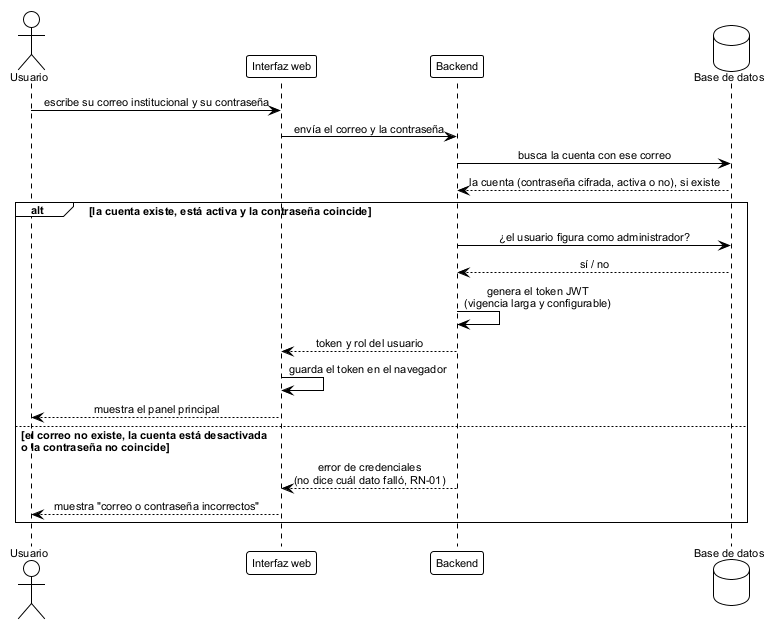
The PlantUML diagram figures/mermaid/seq_login.png in ErickJester/fst-ai-system-latex, before a commit.
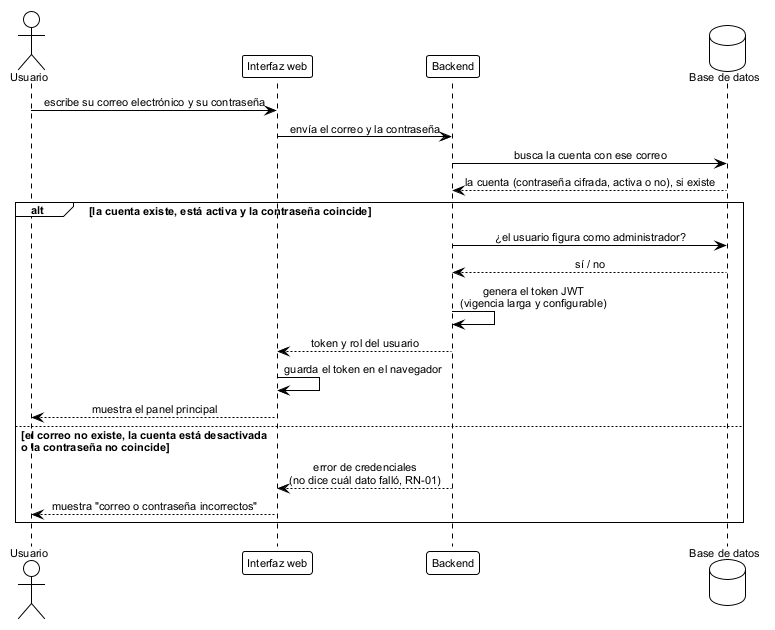
The same diagram one commit later.

Diff of the diagram source:
```diff
@@ -11,7 +11,7 @@
 participant Backend as api
 database "Base de datos" as db
 
-u -> ui: escribe su correo institucional y su contraseña
+u -> ui: escribe su correo electrónico y su contraseña
 ui -> api: envía el correo y la contraseña
 api -> db: busca la cuenta con ese correo
 db --> api: la cuenta (contraseña cifrada, activa o no), si existe
```
